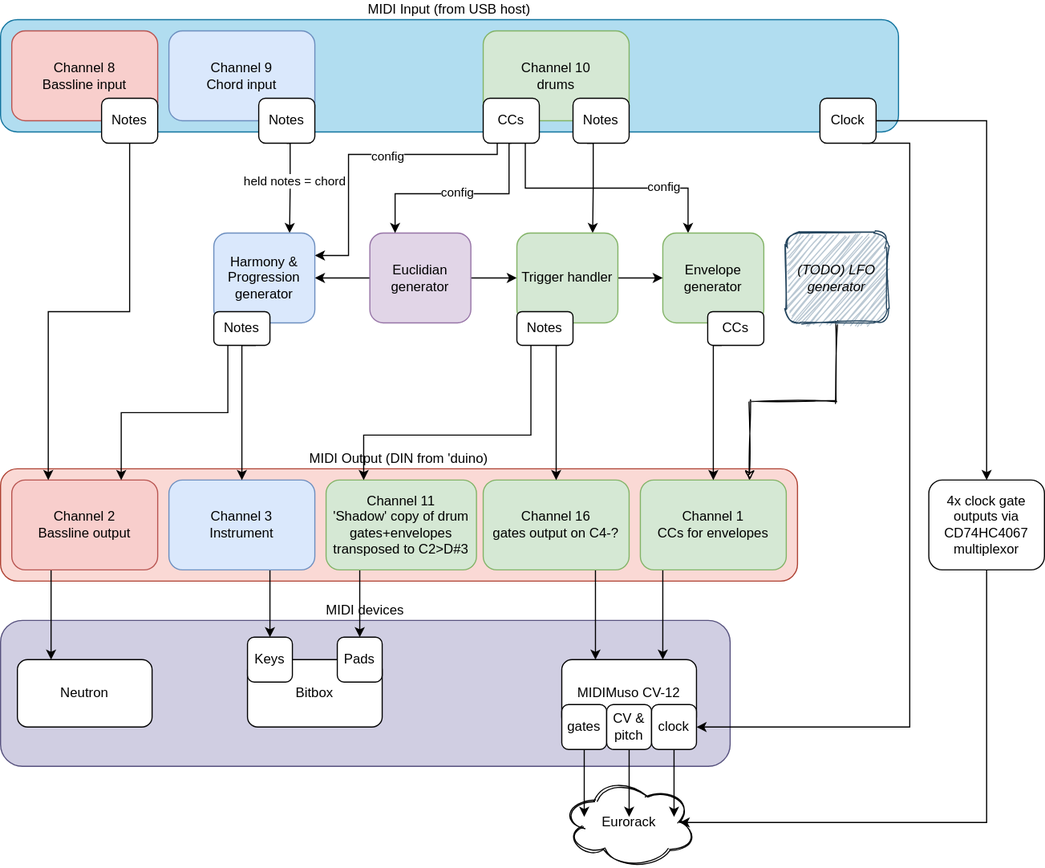
Above: drum2musocv_routing_diagram.svg in doctea/drum2musocv (draw.io), before the change. Source tidied: cells renumbered, new cells last; positions are measured from the earlier drawing's top-left corner, leaving out a move shared by most shapes.
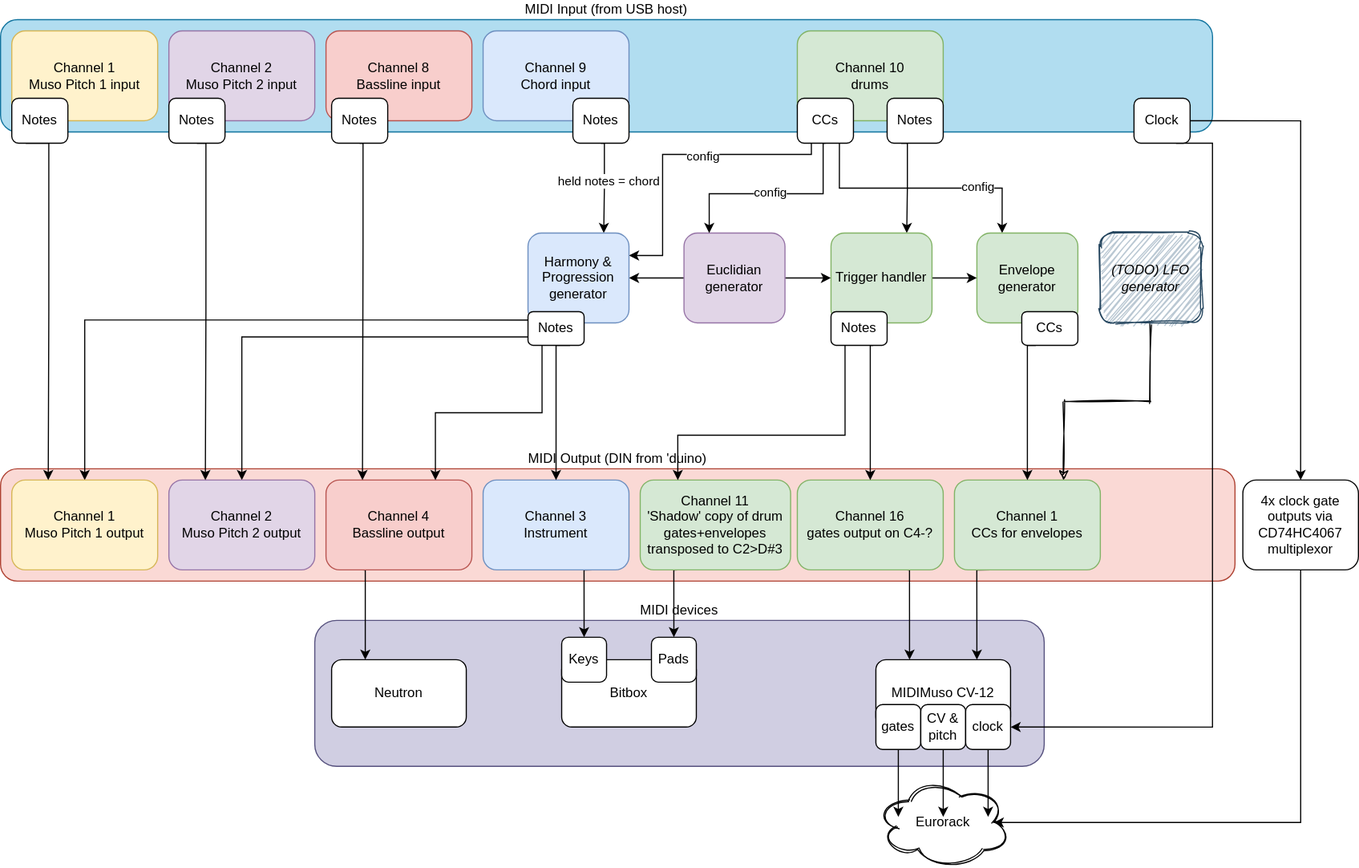
After the change.

Commit message:
better note off handling...?  hopefully muso no longer gets stuck 'on'..

What changed in the source:
```diff
@@ -9,7 +9,7 @@
       <mxGeometry y="535" width="650" height="130" as="geometry" />
     </mxCell>
     <mxCell id="4" value="MIDI Output (DIN from 'duino)&lt;br&gt;" style="rounded=1;whiteSpace=wrap;html=1;labelPosition=center;verticalLabelPosition=top;align=center;verticalAlign=bottom;fillColor=#fad9d5;strokeColor=#ae4132;" parent="1" vertex="1">
-      <mxGeometry y="400" width="710" height="100" as="geometry" />
+      <mxGeometry x="-280" y="400" width="1100" height="100" as="geometry" />
     </mxCell>
     <mxCell id="5" style="edgeStyle=orthogonalEdgeStyle;rounded=0;jettySize=auto;html=1;exitX=0.25;exitY=1;exitDx=0;exitDy=0;entryX=0.25;entryY=0;entryDx=0;entryDy=0;" parent="1" edge="1" source="6" target="48">
       <mxGeometry relative="1" as="geometry">
@@ -18,7 +18,7 @@
         </Array>
       </mxGeometry>
     </mxCell>
-    <mxCell id="6" value="Channel 2&lt;br&gt;Bassline output" style="rounded=1;whiteSpace=wrap;html=1;fillColor=#f8cecc;strokeColor=#b85450;" parent="1" vertex="1">
+    <mxCell id="6" value="Channel 4&lt;br&gt;Bassline output" style="rounded=1;whiteSpace=wrap;html=1;fillColor=#f8cecc;strokeColor=#b85450;" parent="1" vertex="1">
       <mxGeometry x="10" y="410" width="130" height="80" as="geometry" />
     </mxCell>
     <mxCell id="7" style="edgeStyle=orthogonalEdgeStyle;rounded=0;jettySize=auto;html=1;exitX=0.75;exitY=1;exitDx=0;exitDy=0;entryX=0.5;entryY=0;entryDx=0;entryDy=0;" parent="1" edge="1" source="8" target="58">
@@ -62,7 +62,7 @@
       <mxGeometry x="570" y="410" width="130" height="80" as="geometry" />
     </mxCell>
     <mxCell id="15" value="&lt;font color=&quot;#000000&quot;&gt;MIDI Input (from USB host)&lt;/font&gt;" style="rounded=1;whiteSpace=wrap;html=1;labelPosition=center;verticalLabelPosition=top;align=center;verticalAlign=bottom;fillColor=#b1ddf0;strokeColor=#10739e;" parent="1" vertex="1">
-      <mxGeometry width="800" height="100" as="geometry" />
+      <mxGeometry x="-280" width="1080" height="100" as="geometry" />
     </mxCell>
     <mxCell id="16" value="Channel 8&lt;br&gt;Bassline input" style="rounded=1;whiteSpace=wrap;html=1;fillColor=#f8cecc;strokeColor=#b85450;" parent="1" vertex="1">
       <mxGeometry x="10" y="10" width="130" height="80" as="geometry" />
@@ -149,10 +149,15 @@
       <mxGeometry x="230" y="70" width="50" height="40" as="geometry" />
     </mxCell>
     <mxCell id="34" style="edgeStyle=orthogonalEdgeStyle;rounded=0;jettySize=auto;html=1;exitX=0.5;exitY=1;exitDx=0;exitDy=0;entryX=0.25;entryY=0;entryDx=0;entryDy=0;" parent="1" edge="1" source="35" target="6">
-      <mxGeometry relative="1" as="geometry" />
+      <mxGeometry relative="1" as="geometry">
+        <Array as="points">
+          <mxPoint x="43" y="110" />
+          <mxPoint x="43" y="200" />
+        </Array>
+      </mxGeometry>
     </mxCell>
     <mxCell id="35" value="Notes" style="rounded=1;whiteSpace=wrap;html=1;" parent="1" vertex="1">
-      <mxGeometry x="90" y="70" width="50" height="40" as="geometry" />
+      <mxGeometry x="15" y="70" width="50" height="40" as="geometry" />
     </mxCell>
     <mxCell id="36" value="Harmony &amp;amp; Progression generator" style="rounded=1;whiteSpace=wrap;html=1;fillColor=#dae8fc;strokeColor=#6c8ebf;" parent="1" vertex="1">
       <mxGeometry x="190" y="190" width="90" height="80" as="geometry" />
@@ -176,6 +181,12 @@
     <mxCell id="41" style="edgeStyle=orthogonalEdgeStyle;rounded=0;jettySize=auto;html=1;exitX=0.25;exitY=1;exitDx=0;exitDy=0;entryX=0.75;entryY=0;entryDx=0;entryDy=0;" parent="1" edge="1" source="42" target="6">
       <mxGeometry relative="1" as="geometry" />
     </mxCell>
+    <mxCell id="66" style="edgeStyle=orthogonalEdgeStyle;rounded=0;jettySize=auto;html=1;exitX=0;exitY=0.25;exitDx=0;exitDy=0;entryX=0.5;entryY=0;entryDx=0;entryDy=0;" parent="1" edge="1" source="42" target="70">
+      <mxGeometry relative="1" as="geometry" />
+    </mxCell>
+    <mxCell id="67" style="edgeStyle=orthogonalEdgeStyle;rounded=0;jettySize=auto;html=1;exitX=0;exitY=0.75;exitDx=0;exitDy=0;entryX=0.5;entryY=0;entryDx=0;entryDy=0;" parent="1" edge="1" source="42" target="71">
+      <mxGeometry relative="1" as="geometry" />
+    </mxCell>
     <mxCell id="42" value="Notes" style="rounded=1;whiteSpace=wrap;html=1;" parent="1" vertex="1">
       <mxGeometry x="190" y="260" width="50" height="30" as="geometry" />
     </mxCell>
@@ -255,8 +266,8 @@
     <mxCell id="61" style="edgeStyle=orthogonalEdgeStyle;rounded=0;jettySize=auto;html=1;exitX=0.75;exitY=1;exitDx=0;exitDy=0;entryX=1;entryY=0.5;entryDx=0;entryDy=0;" parent="1" edge="1" source="63" target="56">
       <mxGeometry relative="1" as="geometry">
         <Array as="points">
-          <mxPoint x="810" y="110" />
-          <mxPoint x="810" y="630" />
+          <mxPoint x="800" y="110" />
+          <mxPoint x="800" y="630" />
         </Array>
       </mxGeometry>
     </mxCell>
@@ -276,5 +287,39 @@
     <mxCell id="65" value="4x clock gate outputs via CD74HC4067 multiplexor" style="rounded=1;whiteSpace=wrap;html=1;" parent="1" vertex="1">
       <mxGeometry x="827" y="410" width="103" height="80" as="geometry" />
     </mxCell>
+    <mxCell id="68" value="Channel 1&lt;br&gt;Muso Pitch 1 input" style="rounded=1;whiteSpace=wrap;html=1;fillColor=#fff2cc;strokeColor=#d6b656;" parent="1" vertex="1">
+      <mxGeometry x="-270" y="10" width="130" height="80" as="geometry" />
+    </mxCell>
+    <mxCell id="69" value="Channel 2&lt;br&gt;Muso Pitch 2 input" style="rounded=1;whiteSpace=wrap;html=1;fillColor=#e1d5e7;strokeColor=#9673a6;" parent="1" vertex="1">
+      <mxGeometry x="-130" y="10" width="130" height="80" as="geometry" />
+    </mxCell>
+    <mxCell id="70" value="Channel 1&lt;br&gt;Muso Pitch 1 output" style="rounded=1;whiteSpace=wrap;html=1;fillColor=#fff2cc;strokeColor=#d6b656;" parent="1" vertex="1">
+      <mxGeometry x="-270" y="410" width="130" height="80" as="geometry" />
+    </mxCell>
+    <mxCell id="71" value="Channel 2&lt;br&gt;Muso Pitch 2 output" style="rounded=1;whiteSpace=wrap;html=1;fillColor=#e1d5e7;strokeColor=#9673a6;" parent="1" vertex="1">
+      <mxGeometry x="-130" y="410" width="130" height="80" as="geometry" />
+    </mxCell>
+    <mxCell id="72" style="edgeStyle=orthogonalEdgeStyle;rounded=0;jettySize=auto;html=1;exitX=0.25;exitY=1;exitDx=0;exitDy=0;entryX=0.25;entryY=0;entryDx=0;entryDy=0;" parent="1" edge="1" source="73" target="70">
+      <mxGeometry relative="1" as="geometry">
+        <Array as="points">
+          <mxPoint x="-237" y="110" />
+          <mxPoint x="-237" y="260" />
+        </Array>
+      </mxGeometry>
+    </mxCell>
+    <mxCell id="73" value="Notes" style="rounded=1;whiteSpace=wrap;html=1;" parent="1" vertex="1">
+      <mxGeometry x="-270" y="70" width="50" height="40" as="geometry" />
+    </mxCell>
+    <mxCell id="74" style="edgeStyle=orthogonalEdgeStyle;rounded=0;jettySize=auto;html=1;exitX=0.5;exitY=1;exitDx=0;exitDy=0;entryX=0.25;entryY=0;entryDx=0;entryDy=0;" parent="1" edge="1" source="75" target="71">
+      <mxGeometry relative="1" as="geometry">
+        <Array as="points">
+          <mxPoint x="-97" y="110" />
+          <mxPoint x="-97" y="260" />
+        </Array>
+      </mxGeometry>
+    </mxCell>
+    <mxCell id="75" value="Notes" style="rounded=1;whiteSpace=wrap;html=1;" parent="1" vertex="1">
+      <mxGeometry x="-130" y="70" width="50" height="40" as="geometry" />
+    </mxCell>
   </root>
 </mxGraphModel>
```
